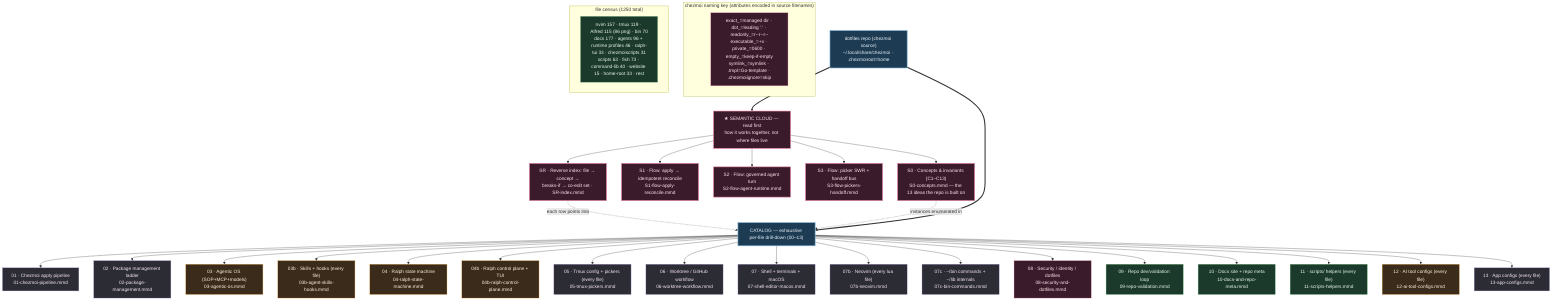
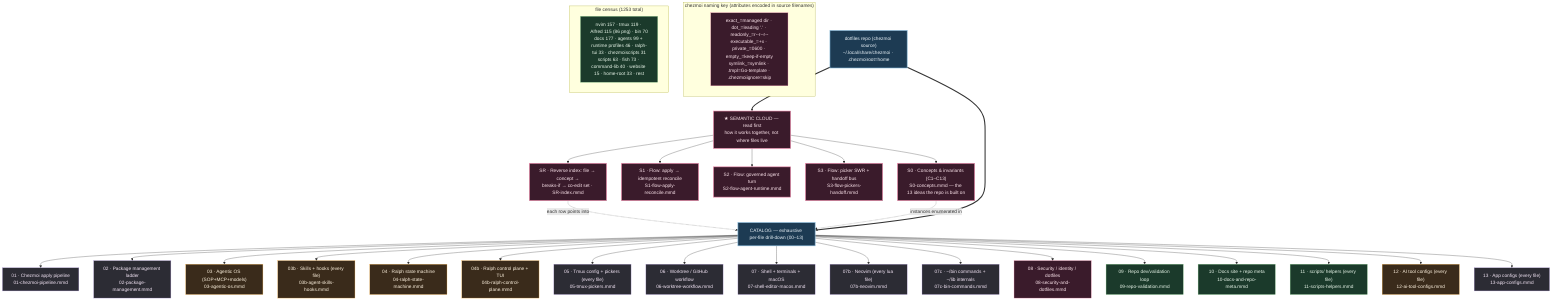
%% ============================================================================
%% 00-overview.mmd — Master navigation map for kapral18/dotfiles
%% TWO LAYERS:
%%   SEMANTIC CLOUD (read first) — how the system THINKS: concepts+invariants
%%     (S0), cross-cutting flows (S1/S2/S3), and a reverse index (SR) that maps
%%     any file to its concept, blast radius, and co-edit set.
%%   CATALOG (drill-down) — how the system is LAID OUT: 00-13 enumerate every
- %%     one of the 1250 tracked files by exact chezmoi source path.
+ %%     one of the 1253 tracked files by exact chezmoi source path.
%% `home/` is chezmoi source deployed to $HOME; scripts/tools/website/docs are
%% repo-side (NOT deployed). Each node → a deeper .mmd.
%% ============================================================================
graph TD
    classDef entry fill:#1d3b53,stroke:#7fb3d5,color:#eaf2f8,stroke-width:2px;
    classDef sys fill:#2c2c34,stroke:#b39ddb,color:#f3e5f5;
    classDef ai fill:#3a2b1b,stroke:#ffb74d,color:#fff3e0;
    classDef repo fill:#1b3a2b,stroke:#81c784,color:#e8f5e9;
    classDef data fill:#3a1b2b,stroke:#f48fb1,color:#fce4ec;
    classDef sem fill:#3a1b2b,stroke:#f48fb1,color:#fce4ec,stroke-width:2px;

    ROOT["dotfiles repo (chezmoi source)<br/>~/.local/share/chezmoi · .chezmoiroot=home"]:::entry

    %% ---- SEMANTIC LAYER (read before the catalog) --------------------------
    ROOT ==> SEMHEAD["★ SEMANTIC CLOUD — read first<br/>how it works together, not where files live"]:::sem
    SEMHEAD --> S0["S0 · Concepts & invariants (C1–C13)<br/>S0-concepts.mmd — the 13 ideas the repo is built on"]:::sem
    SEMHEAD --> S1["S1 · Flow: apply → idempotent reconcile<br/>S1-flow-apply-reconcile.mmd"]:::sem
    SEMHEAD --> S2["S2 · Flow: governed agent turn<br/>S2-flow-agent-runtime.mmd"]:::sem
    SEMHEAD --> S3["S3 · Flow: picker SWR + handoff bus<br/>S3-flow-pickers-handoff.mmd"]:::sem
    SEMHEAD --> SR["SR · Reverse index: file → concept →<br/>breaks-if → co-edit set · SR-index.mmd"]:::sem
    SR -. "each row points into" .-> CATHEAD
    S0 -. "instances enumerated in" .-> CATHEAD

    %% ---- CATALOG LAYER (exhaustive per-file drill-down) --------------------
    ROOT ==> CATHEAD["CATALOG — exhaustive per-file drill-down (00–13)"]:::entry

    CATHEAD --> CZ["01 · Chezmoi apply pipeline<br/>01-chezmoi-pipeline.mmd"]:::sys
    CATHEAD --> PKG["02 · Package management ladder<br/>02-package-management.mmd"]:::sys
    CATHEAD --> AIOS["03 · Agentic OS (SOP+MCP+models)<br/>03-agentic-os.mmd"]:::ai
    CATHEAD --> SKILLS["03b · Skills + hooks (every file)<br/>03b-agent-skills-hooks.mmd"]:::ai
    CATHEAD --> RALPH["04 · Ralph state machine<br/>04-ralph-state-machine.mmd"]:::ai
    CATHEAD --> RALPHCP["04b · Ralph control plane + TUI<br/>04b-ralph-control-plane.mmd"]:::ai
    CATHEAD --> TMUX["05 · Tmux config + pickers (every file)<br/>05-tmux-pickers.mmd"]:::sys
    CATHEAD --> WT["06 · Worktree / GitHub workflow<br/>06-worktree-workflow.mmd"]:::sys
    CATHEAD --> SEM["07 · Shell + terminals + macOS<br/>07-shell-editor-macos.mmd"]:::sys
    CATHEAD --> NVIM["07b · Neovim (every lua file)<br/>07b-neovim.mmd"]:::sys
    CATHEAD --> BIN["07c · ~/bin commands + ~/lib internals<br/>07c-bin-commands.mmd"]:::sys
    CATHEAD --> SEC["08 · Security / identity / dotfiles<br/>08-security-and-dotfiles.mmd"]:::data
    CATHEAD --> VAL["09 · Repo dev/validation loop<br/>09-repo-validation.mmd"]:::repo
    CATHEAD --> DOCS["10 · Docs site + repo meta<br/>10-docs-and-repo-meta.mmd"]:::repo
    CATHEAD --> SCRIPTS["11 · scripts/ helpers (every file)<br/>11-scripts-helpers.mmd"]:::repo
    CATHEAD --> AICFG["12 · AI tool configs (every file)<br/>12-ai-tool-configs.mmd"]:::ai
    CATHEAD --> APPS["13 · App configs (every file)<br/>13-app-configs.mmd"]:::sys

    subgraph KEY["chezmoi naming key (attributes encoded in source filenames)"]
        K1["exact_=managed dir · dot_=leading '.' · readonly_=r--r--r--<br/>executable_=+x · private_=0600 · empty_=keep-if-empty<br/>symlink_=symlink · .tmpl=Go-template · .chezmoiignore=skip"]:::data
    end

-     subgraph COUNTS["file census (1250 total)"]
-         C1["nvim 157 · tmux 119 · Alfred 115 (86 png) · bin 70<br/>docs 177 · agents 96 + runtime profiles 46 · ralph-tui 33 · chezmoiscripts 31<br/>scripts 63 · fish 73 · command-lib 40 · website 15 · home-root 33 · rest"]:::repo
+     subgraph COUNTS["file census (1253 total)"]
+         C1["nvim 157 · tmux 119 · Alfred 115 (86 png) · bin 70<br/>docs 177 · agents 99 + runtime profiles 46 · ralph-tui 33 · chezmoiscripts 31<br/>scripts 63 · fish 73 · command-lib 40 · website 15 · home-root 33 · rest"]:::repo
    end
